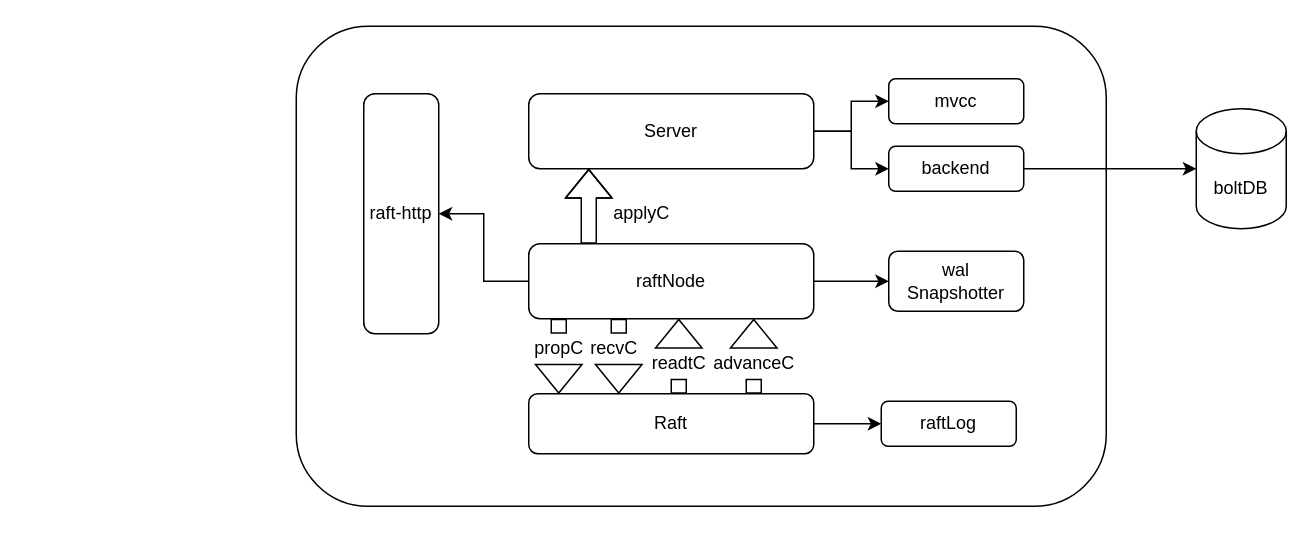
This is etcd架构.drawio from kaiizi/draw, a draw.io file, before an edit. Source tidied: cells renumbered, new cells numbered last; positions are measured from the earlier drawing's top-left corner, leaving out a move shared by most shapes. Both pictures are drawn from the tidied source at 150%, with x=0, y=0 at pixel (296, 26).
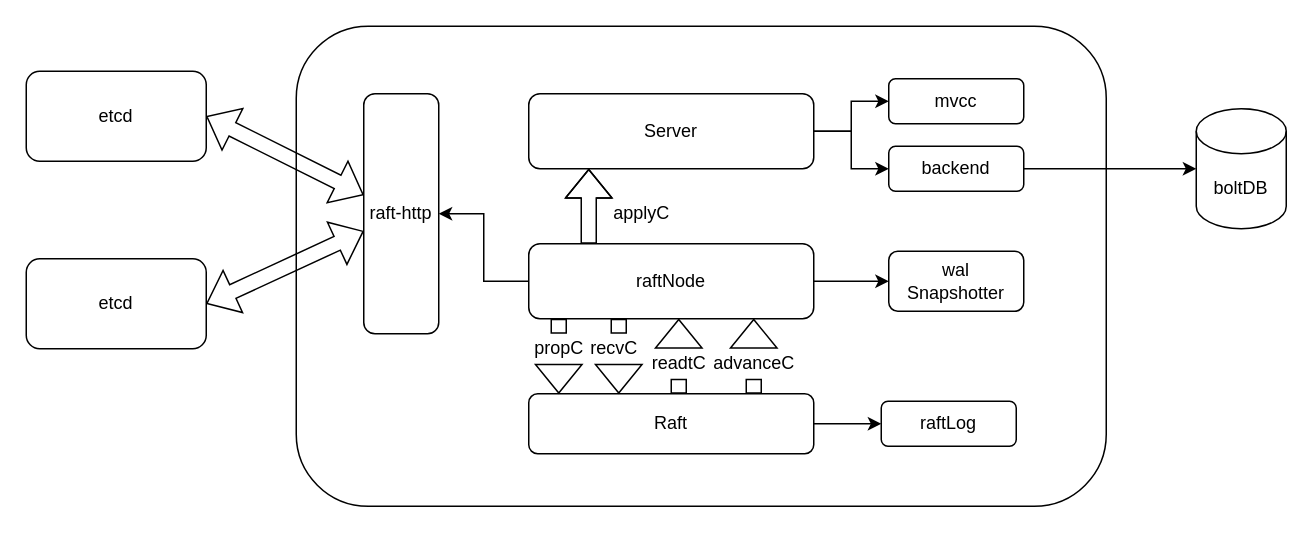
Above is the later version.

Unchanged cells that the change refers to:
```xml
<mxCell id="10" value="raft-http" style="rounded=1;whiteSpace=wrap;html=1;" parent="1" vertex="1">
  <mxGeometry x="45" y="45" width="50" height="160" as="geometry" />
</mxCell>
```

Diff of the diagram source:
```diff
@@
+    <mxCell id="32" value="etcd" style="rounded=1;whiteSpace=wrap;html=1;" parent="1" vertex="1">
+      <mxGeometry x="-180" y="30" width="120" height="60" as="geometry" />
+    </mxCell>
+    <mxCell id="33" value="etcd" style="rounded=1;whiteSpace=wrap;html=1;" parent="1" vertex="1">
+      <mxGeometry x="-180" y="155" width="120" height="60" as="geometry" />
+    </mxCell>
+    <mxCell id="34" style="shape=flexArrow;endArrow=classic;startArrow=classic;html=1;rounded=0;exitX=1;exitY=0.5;exitDx=0;exitDy=0;" parent="1" edge="1" source="33" target="10">
+      <mxGeometry relative="1" as="geometry" />
+    </mxCell>
+    <mxCell id="35" style="shape=flexArrow;endArrow=classic;startArrow=classic;html=1;rounded=0;exitX=1;exitY=0.5;exitDx=0;exitDy=0;" parent="1" edge="1" source="32" target="10">
+      <mxGeometry relative="1" as="geometry" />
+    </mxCell>
```
